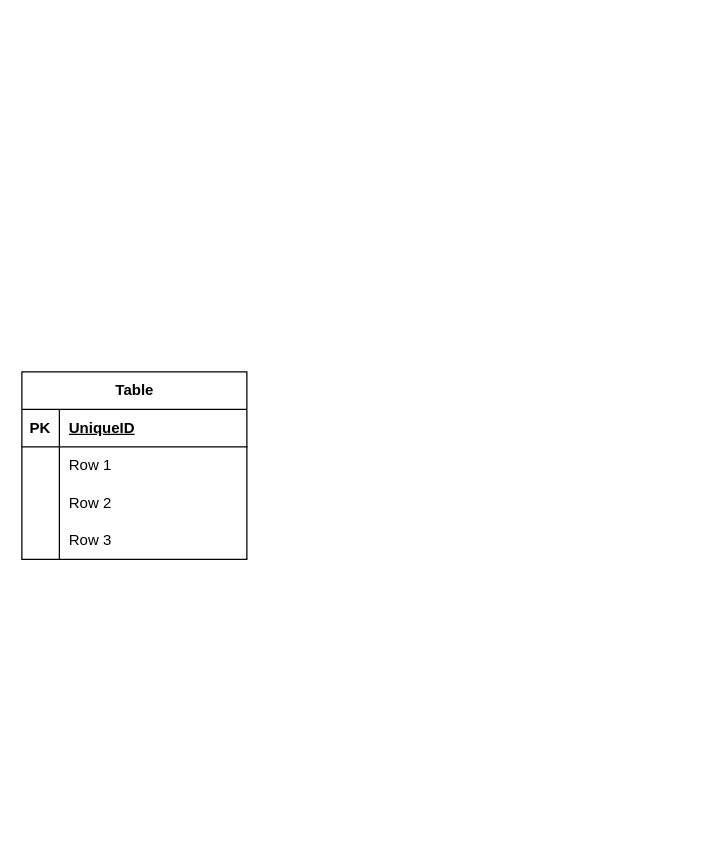
Earlier version of the draw.io diagram Ejercicio_6_Bilblioteca.drawio (BasementHalfStackDev/ejercicios-ud12). Source tidied: cells renumbered, new cells numbered last; positions are measured from the earlier drawing's top-left corner, leaving out a move shared by most shapes. Both pictures are drawn from the tidied source at 125%, with x=0, y=0 at pixel (21, 371).
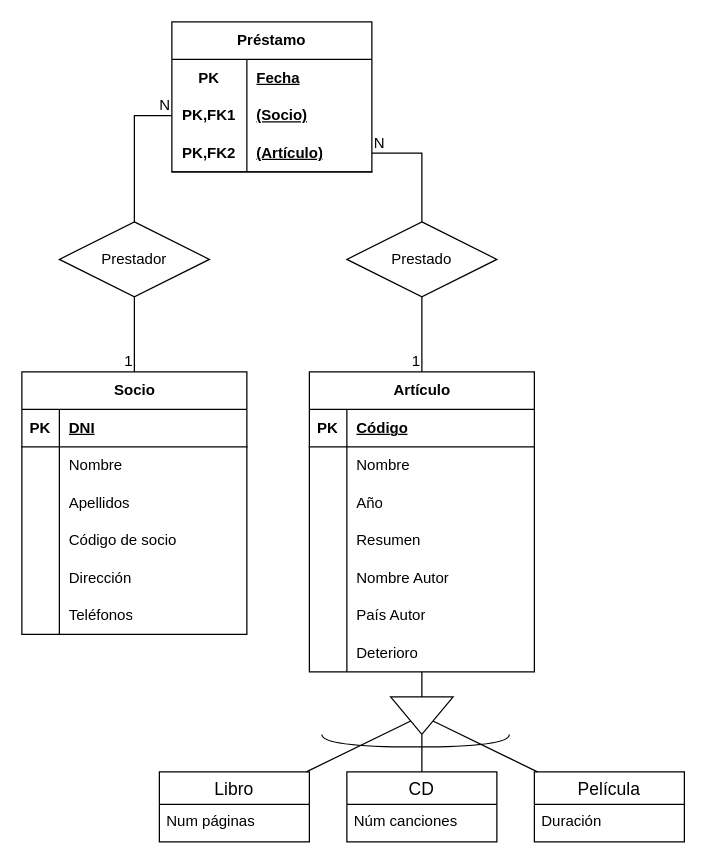
The same diagram, later.

Unchanged cells that the change refers to:
```xml
<mxCell id="3" style="shape=tableRow;horizontal=0;startSize=0;swimlaneHead=0;swimlaneBody=0;fillColor=none;top=0;left=0;right=0;bottom=1;" parent="2" vertex="1">
  <mxGeometry y="30" width="180" height="30" as="geometry" />
</mxCell>
<mxCell id="6" style="shape=tableRow;horizontal=0;startSize=0;swimlaneHead=0;swimlaneBody=0;fillColor=none;top=0;left=0;right=0;bottom=0;" parent="2" vertex="1">
  <mxGeometry y="60" width="180" height="30" as="geometry" />
</mxCell>
<mxCell id="9" style="shape=tableRow;horizontal=0;startSize=0;swimlaneHead=0;swimlaneBody=0;fillColor=none;top=0;left=0;right=0;bottom=0;" parent="2" vertex="1">
  <mxGeometry y="90" width="180" height="30" as="geometry" />
</mxCell>
<mxCell id="12" style="shape=tableRow;horizontal=0;startSize=0;swimlaneHead=0;swimlaneBody=0;fillColor=none;top=0;left=0;right=0;bottom=0;" parent="2" vertex="1">
  <mxGeometry y="120" width="180" height="30" as="geometry" />
</mxCell>
```

What changed in the source:
```diff
@@
-    <mxCell id="2" value="Table" style="shape=table;startSize=30;childLayout=tableLayout;rowLines=0;fontStyle=1;align=center;html=1;" parent="1" vertex="1">
-      <mxGeometry width="180" height="150" as="geometry" />
+    <mxCell id="2" value="Socio" style="shape=table;startSize=30;childLayout=tableLayout;rowLines=0;fontStyle=1;align=center;html=1;" parent="1" vertex="1">
+      <mxGeometry width="180" height="210" as="geometry" />
     </mxCell>
@@
-    <mxCell id="5" value="UniqueID" style="shape=partialRectangle;fillColor=none;top=0;left=0;bottom=0;right=0;align=left;spacingLeft=6;fontStyle=5;overflow=hidden;whiteSpace=wrap;html=1;" parent="3" vertex="1">
+    <mxCell id="5" value="DNI" style="shape=partialRectangle;fillColor=none;top=0;left=0;bottom=0;right=0;align=left;spacingLeft=6;fontStyle=5;overflow=hidden;whiteSpace=wrap;html=1;" parent="3" vertex="1">
       <mxGeometry x="30" width="150" height="30" as="geometry" />
     </mxCell>
@@
-    <mxCell id="8" value="Row 1" style="shape=partialRectangle;fillColor=none;top=0;left=0;bottom=0;right=0;align=left;spacingLeft=6;overflow=hidden;whiteSpace=wrap;html=1;" parent="6" vertex="1">
+    <mxCell id="8" value="Nombre" style="shape=partialRectangle;fillColor=none;top=0;left=0;bottom=0;right=0;align=left;spacingLeft=6;overflow=hidden;whiteSpace=wrap;html=1;" parent="6" vertex="1">
       <mxGeometry x="30" width="150" height="30" as="geometry" />
     </mxCell>
@@
-    <mxCell id="11" value="Row 2" style="shape=partialRectangle;fillColor=none;top=0;left=0;bottom=0;right=0;align=left;spacingLeft=6;overflow=hidden;whiteSpace=wrap;html=1;" parent="9" vertex="1">
+    <mxCell id="11" value="Apellidos" style="shape=partialRectangle;fillColor=none;top=0;left=0;bottom=0;right=0;align=left;spacingLeft=6;overflow=hidden;whiteSpace=wrap;html=1;" parent="9" vertex="1">
       <mxGeometry x="30" width="150" height="30" as="geometry" />
     </mxCell>
@@
-    <mxCell id="14" value="Row 3" style="shape=partialRectangle;fillColor=none;top=0;left=0;bottom=0;right=0;align=left;spacingLeft=6;overflow=hidden;whiteSpace=wrap;html=1;" parent="12" vertex="1">
+    <mxCell id="14" value="Código de socio" style="shape=partialRectangle;fillColor=none;top=0;left=0;bottom=0;right=0;align=left;spacingLeft=6;overflow=hidden;whiteSpace=wrap;html=1;" parent="12" vertex="1">
       <mxGeometry x="30" width="150" height="30" as="geometry" />
     </mxCell>
+    <mxCell id="15" style="shape=tableRow;horizontal=0;startSize=0;swimlaneHead=0;swimlaneBody=0;fillColor=none;top=0;left=0;right=0;bottom=0;" parent="2" vertex="1">
+      <mxGeometry y="150" width="180" height="30" as="geometry" />
+    </mxCell>
+    <mxCell id="16" style="shape=partialRectangle;fillColor=none;top=0;left=0;bottom=0;right=0;overflow=hidden;whiteSpace=wrap;html=1;" parent="15" vertex="1">
+      <mxGeometry width="30" height="30" as="geometry" />
+    </mxCell>
+    <mxCell id="17" value="Dirección" style="shape=partialRectangle;fillColor=none;top=0;left=0;bottom=0;right=0;align=left;spacingLeft=6;overflow=hidden;whiteSpace=wrap;html=1;" parent="15" vertex="1">
+      <mxGeometry x="30" width="150" height="30" as="geometry" />
+    </mxCell>
+    <mxCell id="18" style="shape=tableRow;horizontal=0;startSize=0;swimlaneHead=0;swimlaneBody=0;fillColor=none;top=0;left=0;right=0;bottom=0;" parent="2" vertex="1">
+      <mxGeometry y="180" width="180" height="30" as="geometry" />
+    </mxCell>
+    <mxCell id="19" style="shape=partialRectangle;fillColor=none;top=0;left=0;bottom=0;right=0;overflow=hidden;whiteSpace=wrap;html=1;" parent="18" vertex="1">
+      <mxGeometry width="30" height="30" as="geometry" />
+    </mxCell>
+    <mxCell id="20" value="Teléfonos" style="shape=partialRectangle;fillColor=none;top=0;left=0;bottom=0;right=0;align=left;spacingLeft=6;overflow=hidden;whiteSpace=wrap;html=1;" parent="18" vertex="1">
+      <mxGeometry x="30" width="150" height="30" as="geometry" />
+    </mxCell>
+    <mxCell id="21" value="Artículo" style="shape=table;startSize=30;childLayout=tableLayout;rowLines=0;fontStyle=1;align=center;html=1;" parent="1" vertex="1">
+      <mxGeometry x="230" width="180" height="240" as="geometry" />
+    </mxCell>
+    <mxCell id="22" style="shape=tableRow;horizontal=0;startSize=0;swimlaneHead=0;swimlaneBody=0;fillColor=none;top=0;left=0;right=0;bottom=1;" parent="21" vertex="1">
+      <mxGeometry y="30" width="180" height="30" as="geometry" />
+    </mxCell>
+    <mxCell id="23" value="PK" style="shape=partialRectangle;fillColor=none;top=0;left=0;bottom=0;right=0;fontStyle=1;overflow=hidden;whiteSpace=wrap;html=1;" parent="22" vertex="1">
+      <mxGeometry width="30" height="30" as="geometry" />
+    </mxCell>
+    <mxCell id="24" value="Código" style="shape=partialRectangle;fillColor=none;top=0;left=0;bottom=0;right=0;align=left;spacingLeft=6;fontStyle=5;overflow=hidden;whiteSpace=wrap;html=1;" parent="22" vertex="1">
+      <mxGeometry x="30" width="150" height="30" as="geometry" />
+    </mxCell>
+    <mxCell id="25" style="shape=tableRow;horizontal=0;startSize=0;swimlaneHead=0;swimlaneBody=0;fillColor=none;top=0;left=0;right=0;bottom=0;" parent="21" vertex="1">
+      <mxGeometry y="60" width="180" height="30" as="geometry" />
+    </mxCell>
+    <mxCell id="26" style="shape=partialRectangle;fillColor=none;top=0;left=0;bottom=0;right=0;overflow=hidden;whiteSpace=wrap;html=1;" parent="25" vertex="1">
+      <mxGeometry width="30" height="30" as="geometry" />
+    </mxCell>
+    <mxCell id="27" value="Nombre" style="shape=partialRectangle;fillColor=none;top=0;left=0;bottom=0;right=0;align=left;spacingLeft=6;overflow=hidden;whiteSpace=wrap;html=1;" parent="25" vertex="1">
+      <mxGeometry x="30" width="150" height="30" as="geometry" />
+    </mxCell>
+    <mxCell id="28" style="shape=tableRow;horizontal=0;startSize=0;swimlaneHead=0;swimlaneBody=0;fillColor=none;top=0;left=0;right=0;bottom=0;" parent="21" vertex="1">
+      <mxGeometry y="90" width="180" height="30" as="geometry" />
+    </mxCell>
+    <mxCell id="29" style="shape=partialRectangle;fillColor=none;top=0;left=0;bottom=0;right=0;overflow=hidden;whiteSpace=wrap;html=1;" parent="28" vertex="1">
+      <mxGeometry width="30" height="30" as="geometry" />
+    </mxCell>
+    <mxCell id="30" value="Año" style="shape=partialRectangle;fillColor=none;top=0;left=0;bottom=0;right=0;align=left;spacingLeft=6;overflow=hidden;whiteSpace=wrap;html=1;" parent="28" vertex="1">
+      <mxGeometry x="30" width="150" height="30" as="geometry" />
+    </mxCell>
+    <mxCell id="31" style="shape=tableRow;horizontal=0;startSize=0;swimlaneHead=0;swimlaneBody=0;fillColor=none;top=0;left=0;right=0;bottom=0;" parent="21" vertex="1">
+      <mxGeometry y="120" width="180" height="30" as="geometry" />
+    </mxCell>
+    <mxCell id="32" style="shape=partialRectangle;fillColor=none;top=0;left=0;bottom=0;right=0;overflow=hidden;whiteSpace=wrap;html=1;" parent="31" vertex="1">
+      <mxGeometry width="30" height="30" as="geometry" />
+    </mxCell>
+    <mxCell id="33" value="Resumen" style="shape=partialRectangle;fillColor=none;top=0;left=0;bottom=0;right=0;align=left;spacingLeft=6;overflow=hidden;whiteSpace=wrap;html=1;" parent="31" vertex="1">
+      <mxGeometry x="30" width="150" height="30" as="geometry" />
+    </mxCell>
+    <mxCell id="34" style="shape=tableRow;horizontal=0;startSize=0;swimlaneHead=0;swimlaneBody=0;fillColor=none;top=0;left=0;right=0;bottom=0;" parent="21" vertex="1">
+      <mxGeometry y="150" width="180" height="30" as="geometry" />
+    </mxCell>
+    <mxCell id="35" style="shape=partialRectangle;fillColor=none;top=0;left=0;bottom=0;right=0;overflow=hidden;whiteSpace=wrap;html=1;" parent="34" vertex="1">
+      <mxGeometry width="30" height="30" as="geometry" />
+    </mxCell>
+    <mxCell id="36" value="Nombre Autor" style="shape=partialRectangle;fillColor=none;top=0;left=0;bottom=0;right=0;align=left;spacingLeft=6;overflow=hidden;whiteSpace=wrap;html=1;" parent="34" vertex="1">
+      <mxGeometry x="30" width="150" height="30" as="geometry" />
+    </mxCell>
+    <mxCell id="37" style="shape=tableRow;horizontal=0;startSize=0;swimlaneHead=0;swimlaneBody=0;fillColor=none;top=0;left=0;right=0;bottom=0;" parent="21" vertex="1">
+      <mxGeometry y="180" width="180" height="30" as="geometry" />
+    </mxCell>
+    <mxCell id="38" style="shape=partialRectangle;fillColor=none;top=0;left=0;bottom=0;right=0;overflow=hidden;whiteSpace=wrap;html=1;" parent="37" vertex="1">
+      <mxGeometry width="30" height="30" as="geometry" />
+    </mxCell>
+    <mxCell id="39" value="País Autor" style="shape=partialRectangle;fillColor=none;top=0;left=0;bottom=0;right=0;align=left;spacingLeft=6;overflow=hidden;whiteSpace=wrap;html=1;" parent="37" vertex="1">
+      <mxGeometry x="30" width="150" height="30" as="geometry" />
+    </mxCell>
+    <mxCell id="40" style="shape=tableRow;horizontal=0;startSize=0;swimlaneHead=0;swimlaneBody=0;fillColor=none;top=0;left=0;right=0;bottom=0;" parent="21" vertex="1">
+      <mxGeometry y="210" width="180" height="30" as="geometry" />
+    </mxCell>
+    <mxCell id="41" style="shape=partialRectangle;fillColor=none;top=0;left=0;bottom=0;right=0;overflow=hidden;whiteSpace=wrap;html=1;" parent="40" vertex="1">
+      <mxGeometry width="30" height="30" as="geometry" />
+    </mxCell>
+    <mxCell id="42" value="Deterioro" style="shape=partialRectangle;fillColor=none;top=0;left=0;bottom=0;right=0;align=left;spacingLeft=6;overflow=hidden;whiteSpace=wrap;html=1;" parent="40" vertex="1">
+      <mxGeometry x="30" width="150" height="30" as="geometry" />
+    </mxCell>
+    <mxCell id="43" value="Libro" style="swimlane;fontStyle=0;horizontal=1;startSize=26;align=center;fontSize=14;" parent="1" vertex="1">
+      <mxGeometry x="110" y="320" width="120" height="56" as="geometry" />
+    </mxCell>
+    <mxCell id="44" value="Num páginas" style="text;strokeColor=none;fillColor=none;spacingLeft=4;spacingRight=4;overflow=hidden;fontSize=12;whiteSpace=wrap;html=1;" parent="43" vertex="1">
+      <mxGeometry y="26" width="120" height="30" as="geometry" />
+    </mxCell>
+    <mxCell id="45" value="CD" style="swimlane;fontStyle=0;horizontal=1;startSize=26;align=center;fontSize=14;" parent="1" vertex="1">
+      <mxGeometry x="260" y="320" width="120" height="56" as="geometry" />
+    </mxCell>
+    <mxCell id="46" value="Núm canciones" style="text;strokeColor=none;fillColor=none;spacingLeft=4;spacingRight=4;overflow=hidden;fontSize=12;whiteSpace=wrap;html=1;" parent="45" vertex="1">
+      <mxGeometry y="26" width="120" height="30" as="geometry" />
+    </mxCell>
+    <mxCell id="47" value="Película" style="swimlane;fontStyle=0;horizontal=1;startSize=26;align=center;fontSize=14;" parent="1" vertex="1">
+      <mxGeometry x="410" y="320" width="120" height="56" as="geometry" />
+    </mxCell>
+    <mxCell id="48" value="Duración" style="text;strokeColor=none;fillColor=none;spacingLeft=4;spacingRight=4;overflow=hidden;fontSize=12;whiteSpace=wrap;html=1;" parent="47" vertex="1">
+      <mxGeometry y="26" width="120" height="30" as="geometry" />
+    </mxCell>
+    <mxCell id="49" style="triangle;whiteSpace=wrap;html=1;rotation=90;" parent="1" vertex="1">
+      <mxGeometry x="305" y="250" width="30" height="50" as="geometry" />
+    </mxCell>
+    <mxCell id="50" style="endArrow=none;html=1;rounded=0;" parent="1" edge="1" source="49" target="21">
+      <mxGeometry relative="1" as="geometry" />
+    </mxCell>
+    <mxCell id="51" style="endArrow=none;html=1;rounded=0;" parent="1" edge="1" source="43" target="49">
+      <mxGeometry relative="1" as="geometry" />
+    </mxCell>
+    <mxCell id="52" style="endArrow=none;html=1;rounded=0;" parent="1" edge="1" source="49" target="45">
+      <mxGeometry relative="1" as="geometry" />
+    </mxCell>
+    <mxCell id="53" style="endArrow=none;html=1;rounded=0;" parent="1" edge="1" source="49" target="47">
+      <mxGeometry relative="1" as="geometry" />
+    </mxCell>
+    <mxCell id="54" style="shape=requiredInterface;html=1;verticalLabelPosition=bottom;sketch=0;rotation=90;" parent="1" vertex="1">
+      <mxGeometry x="310" y="220" width="10" height="150" as="geometry" />
+    </mxCell>
+    <mxCell id="55" value="Préstamo" style="shape=table;startSize=30;childLayout=tableLayout;rowLines=0;fontStyle=1;align=center;html=1;whiteSpace=wrap;" parent="1" vertex="1">
+      <mxGeometry x="120" y="-280" width="160" height="120" as="geometry" />
+    </mxCell>
+    <mxCell id="56" style="shape=tableRow;horizontal=0;startSize=0;swimlaneHead=0;swimlaneBody=0;fillColor=none;top=0;left=0;right=0;bottom=0;html=1;" parent="55" vertex="1">
+      <mxGeometry y="30" width="160" height="30" as="geometry" />
+    </mxCell>
+    <mxCell id="57" value="PK" style="shape=partialRectangle;fillColor=none;top=0;left=0;bottom=0;right=0;fontStyle=1;overflow=hidden;html=1;whiteSpace=wrap;" parent="56" vertex="1">
+      <mxGeometry width="60" height="30" as="geometry" />
+    </mxCell>
+    <mxCell id="58" value="Fecha" style="shape=partialRectangle;fillColor=none;top=0;left=0;bottom=0;right=0;align=left;spacingLeft=6;fontStyle=5;overflow=hidden;html=1;whiteSpace=wrap;" parent="56" vertex="1">
+      <mxGeometry x="60" width="100" height="30" as="geometry" />
+    </mxCell>
+    <mxCell id="59" style="shape=tableRow;horizontal=0;startSize=0;swimlaneHead=0;swimlaneBody=0;fillColor=none;points=[[0,0.5],[1,0.5]];portConstraint=eastwest;top=0;left=0;right=0;bottom=0;html=1;" parent="55" vertex="1">
+      <mxGeometry y="60" width="160" height="30" as="geometry" />
+    </mxCell>
+    <mxCell id="60" value="PK,FK1" style="shape=partialRectangle;fillColor=none;top=0;left=0;bottom=0;right=0;fontStyle=1;overflow=hidden;html=1;whiteSpace=wrap;" parent="59" vertex="1">
+      <mxGeometry width="60" height="30" as="geometry" />
+    </mxCell>
+    <mxCell id="61" value="(Socio)" style="shape=partialRectangle;fillColor=none;top=0;left=0;bottom=0;right=0;align=left;spacingLeft=6;fontStyle=5;overflow=hidden;html=1;whiteSpace=wrap;" parent="59" vertex="1">
+      <mxGeometry x="60" width="100" height="30" as="geometry" />
+    </mxCell>
+    <mxCell id="62" style="shape=tableRow;horizontal=0;startSize=0;swimlaneHead=0;swimlaneBody=0;fillColor=none;points=[[0,0.5],[1,0.5]];portConstraint=eastwest;top=0;left=0;right=0;bottom=1;html=1;" parent="55" vertex="1">
+      <mxGeometry y="90" width="160" height="30" as="geometry" />
+    </mxCell>
+    <mxCell id="63" value="PK,FK2" style="shape=partialRectangle;fillColor=none;top=0;left=0;bottom=0;right=0;fontStyle=1;overflow=hidden;html=1;whiteSpace=wrap;" parent="62" vertex="1">
+      <mxGeometry width="60" height="30" as="geometry" />
+    </mxCell>
+    <mxCell id="64" value="(Artículo)" style="shape=partialRectangle;fillColor=none;top=0;left=0;bottom=0;right=0;align=left;spacingLeft=6;fontStyle=5;overflow=hidden;html=1;whiteSpace=wrap;" parent="62" vertex="1">
+      <mxGeometry x="60" width="100" height="30" as="geometry" />
+    </mxCell>
+    <mxCell id="65" value="Prestador" style="shape=rhombus;perimeter=rhombusPerimeter;whiteSpace=wrap;html=1;align=center;" parent="1" vertex="1">
+      <mxGeometry x="30" y="-120" width="120" height="60" as="geometry" />
+    </mxCell>
+    <mxCell id="66" value="Prestado" style="shape=rhombus;perimeter=rhombusPerimeter;whiteSpace=wrap;html=1;align=center;" parent="1" vertex="1">
+      <mxGeometry x="260" y="-120" width="120" height="60" as="geometry" />
+    </mxCell>
+    <mxCell id="67" style="endArrow=none;html=1;rounded=0;entryX=0;entryY=0.5;entryDx=0;entryDy=0;exitX=0.5;exitY=0;exitDx=0;exitDy=0;" parent="1" edge="1" source="65" target="59">
+      <mxGeometry relative="1" as="geometry">
+        <Array as="points">
+          <mxPoint x="90" y="-205" />
+        </Array>
+      </mxGeometry>
+    </mxCell>
+    <mxCell id="68" value="N" style="html=1;whiteSpace=wrap;align=right;verticalAlign=bottom;" parent="67" vertex="1">
+      <mxGeometry x="1" relative="1" as="geometry" />
+    </mxCell>
+    <mxCell id="69" style="endArrow=none;html=1;rounded=0;exitX=1;exitY=0.5;exitDx=0;exitDy=0;" parent="1" edge="1" source="62" target="66">
+      <mxGeometry relative="1" as="geometry">
+        <Array as="points">
+          <mxPoint x="320" y="-175" />
+        </Array>
+      </mxGeometry>
+    </mxCell>
+    <mxCell id="70" value="N" style="html=1;whiteSpace=wrap;align=left;verticalAlign=bottom;" parent="69" vertex="1">
+      <mxGeometry x="-1" relative="1" as="geometry" />
+    </mxCell>
+    <mxCell id="71" style="endArrow=none;html=1;rounded=0;" parent="1" edge="1" source="65" target="2">
+      <mxGeometry relative="1" as="geometry" />
+    </mxCell>
+    <mxCell id="72" value="1" style="html=1;whiteSpace=wrap;align=right;verticalAlign=bottom;" parent="71" vertex="1">
+      <mxGeometry x="1" relative="1" as="geometry" />
+    </mxCell>
+    <mxCell id="73" style="endArrow=none;html=1;rounded=0;" parent="1" edge="1" source="66" target="21">
+      <mxGeometry relative="1" as="geometry" />
+    </mxCell>
+    <mxCell id="74" value="1" style="html=1;whiteSpace=wrap;align=right;verticalAlign=bottom;" parent="73" vertex="1">
+      <mxGeometry x="1" relative="1" as="geometry" />
+    </mxCell>
```
